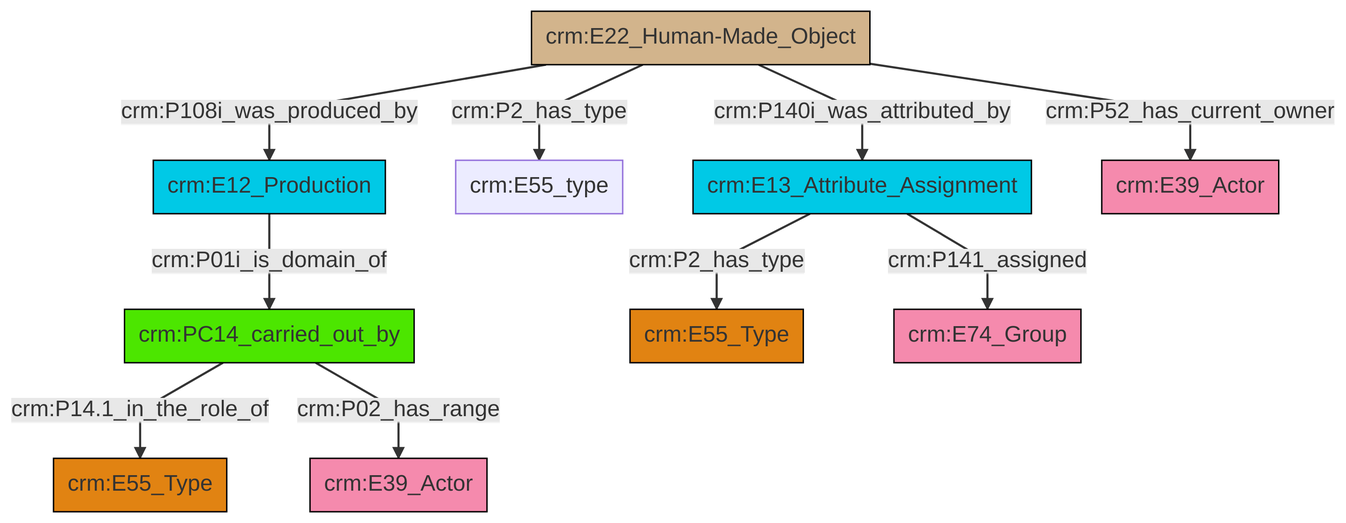
The Mermaid diagram et/builtWorkCSV/ttl/mmd/png/Built_Work_actor_relations.png in swiss-art-research-net/reference-data-models, before a commit. Its source is kept beside it as et/builtWorkCSV/ttl/mmd/Built_Work_actor_relations.ttl.mmd.
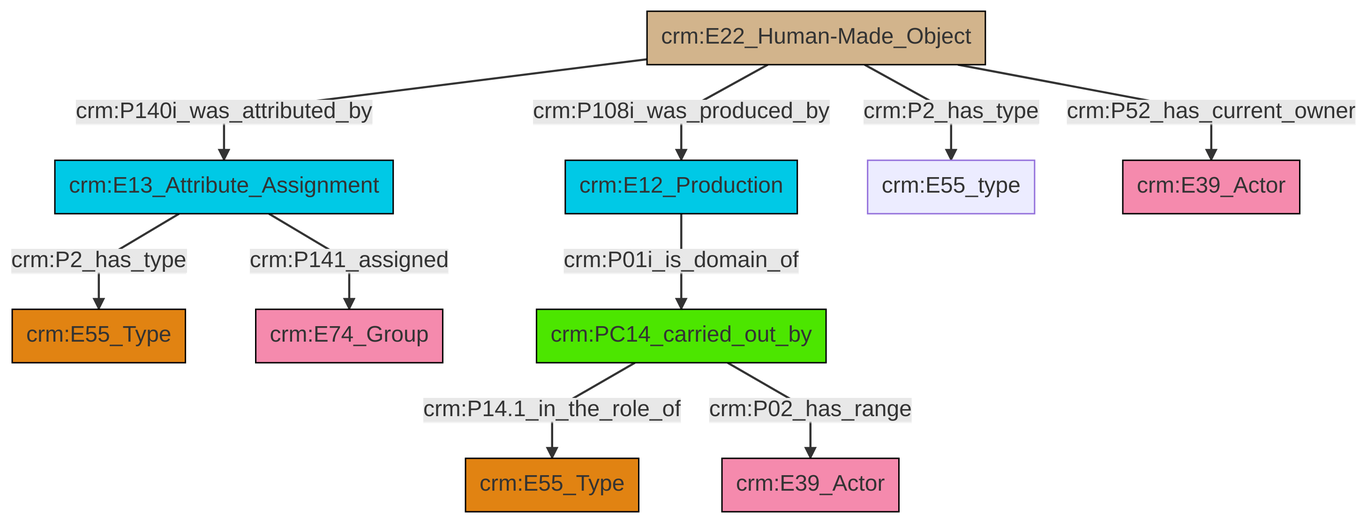
The same file after the commit.

Change to the diagram source:
```diff
@@ -13,12 +13,12 @@
 classDef PC_Classes fill:#4ce600, stroke:#000000;
 classDef Multi fill:#cccccc,stroke:#000000;
 
-0["crm:E22_Human-Made_Object"]:::Physical_Thing -->|crm:P108i_was_produced_by| 2["crm:E12_Production"]:::Temporal_Entity
-5["crm:E13_Attribute_Assignment"]:::Temporal_Entity -->|crm:P2_has_type| 3["crm:E55_Type"]:::Type
-8["crm:PC14_carried_out_by"]:::PC_Classes -->|crm:P14.1_in_the_role_of| 9["crm:E55_Type"]:::Type
-8["crm:PC14_carried_out_by"]:::PC_Classes -->|crm:P02_has_range| 6["crm:E39_Actor"]:::Actor
-0["crm:E22_Human-Made_Object"]:::Physical_Thing -->|crm:P2_has_type| 10["crm:E55_type"]:::Default
-5["crm:E13_Attribute_Assignment"]:::Temporal_Entity -->|crm:P141_assigned| 12["crm:E74_Group"]:::Actor
-0["crm:E22_Human-Made_Object"]:::Physical_Thing -->|crm:P140i_was_attributed_by| 5["crm:E13_Attribute_Assignment"]:::Temporal_Entity
-0["crm:E22_Human-Made_Object"]:::Physical_Thing -->|crm:P52_has_current_owner| 13["crm:E39_Actor"]:::Actor
-2["crm:E12_Production"]:::Temporal_Entity -->|crm:P01i_is_domain_of| 8["crm:PC14_carried_out_by"]:::PC_Classes
+0["crm:E13_Attribute_Assignment"]:::Temporal_Entity -->|crm:P2_has_type| 2["crm:E55_Type"]:::Type
+3["crm:PC14_carried_out_by"]:::PC_Classes -->|crm:P14.1_in_the_role_of| 4["crm:E55_Type"]:::Type
+5["crm:E12_Production"]:::Temporal_Entity -->|crm:P01i_is_domain_of| 3["crm:PC14_carried_out_by"]:::PC_Classes
+0["crm:E13_Attribute_Assignment"]:::Temporal_Entity -->|crm:P141_assigned| 11["crm:E74_Group"]:::Actor
+6["crm:E22_Human-Made_Object"]:::Physical_Thing -->|crm:P140i_was_attributed_by| 0["crm:E13_Attribute_Assignment"]:::Temporal_Entity
+6["crm:E22_Human-Made_Object"]:::Physical_Thing -->|crm:P108i_was_produced_by| 5["crm:E12_Production"]:::Temporal_Entity
+3["crm:PC14_carried_out_by"]:::PC_Classes -->|crm:P02_has_range| 16["crm:E39_Actor"]:::Actor
+6["crm:E22_Human-Made_Object"]:::Physical_Thing -->|crm:P2_has_type| 8["crm:E55_type"]:::Default
+6["crm:E22_Human-Made_Object"]:::Physical_Thing -->|crm:P52_has_current_owner| 13["crm:E39_Actor"]:::Actor
```
